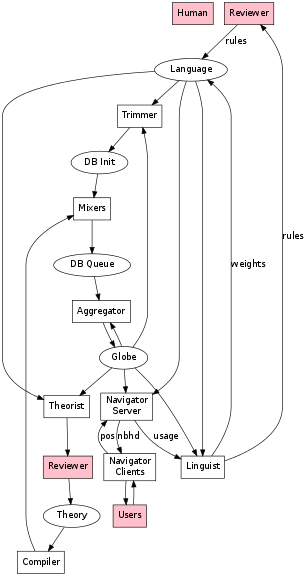
Above: doc/architecture.png in fritzo/pomagma (Graphviz), before the change. Its source is kept beside it as doc/architecture.dot.
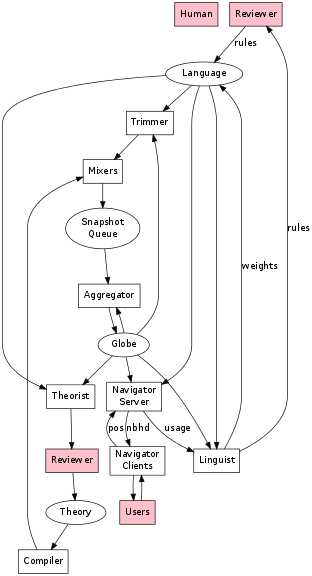
The same file after the commit.

Commit message:
Tweak architecture diagram

Diff of the diagram source:
```diff
@@ -7,12 +7,11 @@
 
 	lang_reviewer [label="Reviewer", style=filled, fillcolor=pink];
 	theory_reviewer [label="Reviewer", style=filled, fillcolor=pink];
-	db_init [label="DB Init"];
-	db_queue [label="DB Queue"];
+	db_queue [label="Snapshot\nQueue"];
 
 	Globe -> Trimmer;
 	Language -> Trimmer;
-	Trimmer -> db_init -> Mixers -> db_queue -> Aggregator -> Globe;
+	Trimmer -> Mixers -> db_queue -> Aggregator -> Globe;
 	Globe -> Aggregator;
 
 	Globe -> Theorist;
@@ -33,7 +32,6 @@
 		nav_clients -> nav_server [label="pos"];
 		nav_clients -> Users;
 		Users -> nav_clients;
-		label = "Navigator";
 	}
 	Globe -> nav_server;
 	Language -> nav_server;
@@ -43,5 +41,4 @@
 	Language [shape=ellipse];
 	Theory [shape=ellipse];
 	Globe [shape=ellipse];
-	db_init [shape=ellipse];
 }
```
